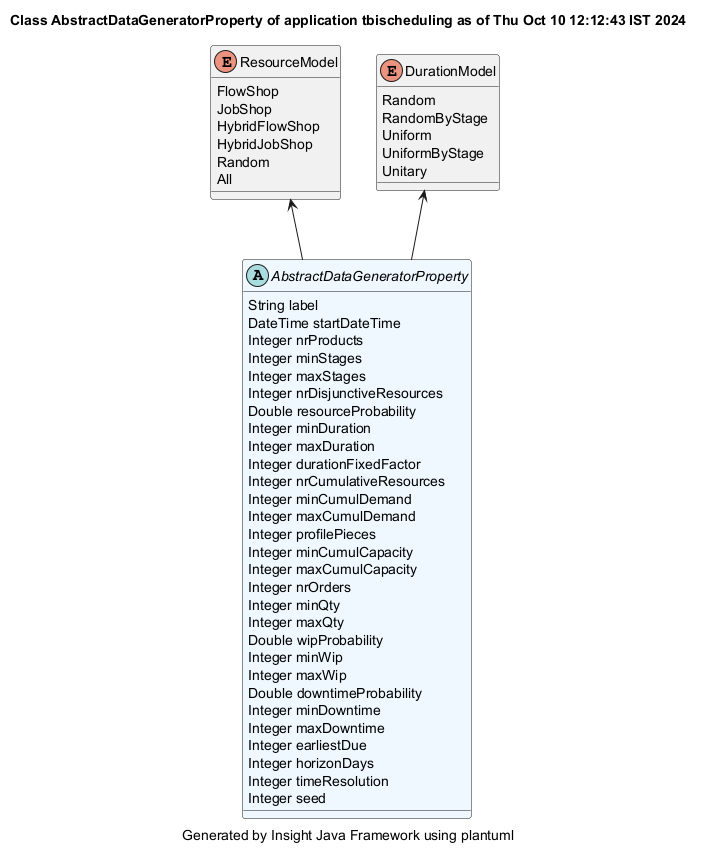
hsimonis/schedulingtraining keeps this PlantUML diagram as demonstrator/tbischeduling/site/plantuml/AbstractDataGeneratorProperty.png. Above is the earlier version.
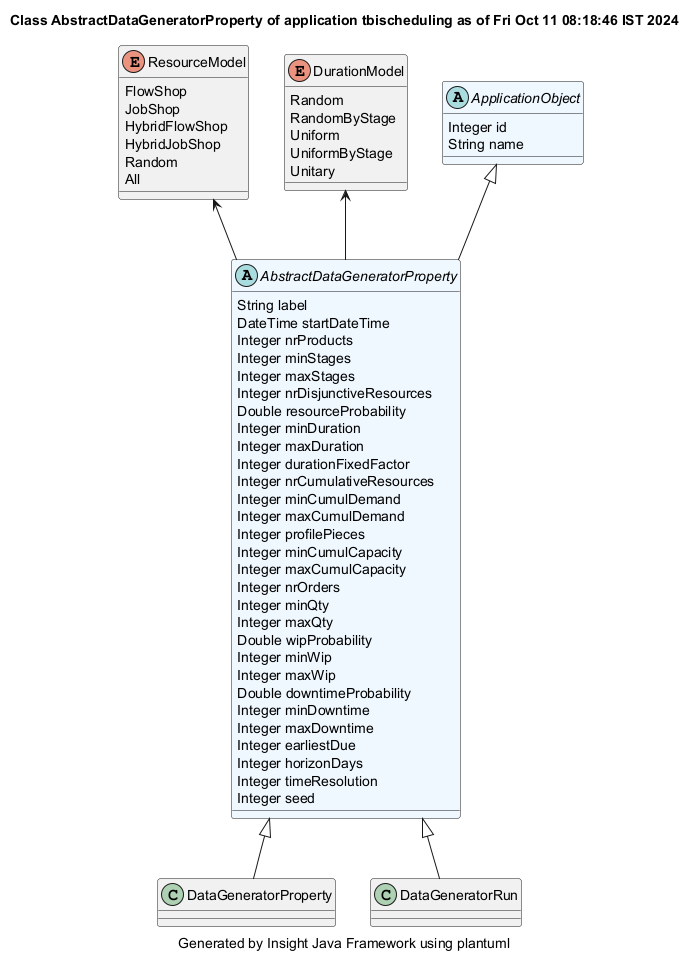
After the change.

What changed in the source:
```diff
@@ -1,5 +1,5 @@
 @startuml
-title Class AbstractDataGeneratorProperty of application tbischeduling as of Thu Oct 10 12:12:43 IST 2024
+title Class AbstractDataGeneratorProperty of application tbischeduling as of Fri Oct 11 08:18:46 IST 2024
 caption Generated by Insight Java Framework using plantuml
 abstract AbstractDataGeneratorProperty #aliceblue
 AbstractDataGeneratorProperty : String label
@@ -47,4 +47,15 @@
 DurationModel : UniformByStage
 DurationModel : Unitary
 DurationModel <-- AbstractDataGeneratorProperty
+abstract ApplicationObject #aliceblue
+ApplicationObject : Integer id
+ApplicationObject : String name
+
+ApplicationObject <|-- AbstractDataGeneratorProperty
+class DataGeneratorProperty
+
+AbstractDataGeneratorProperty <|-- DataGeneratorProperty
+class DataGeneratorRun
+
+AbstractDataGeneratorProperty <|-- DataGeneratorRun
 @enduml
```
